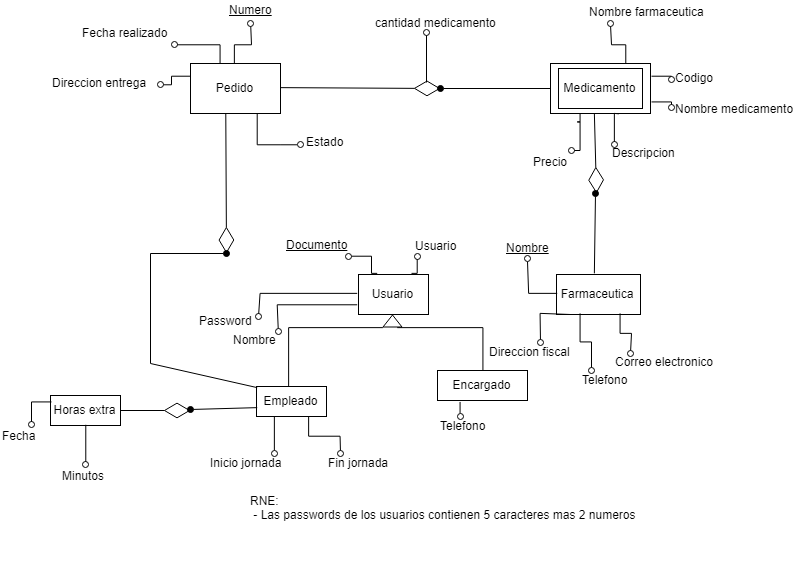
Earlier version of the draw.io export Diagramas/MER.png (KaTTNico/AnalistaPorgramador-Farmacia). Source tidied: cells renumbered, new cells last; positions are measured from the earlier drawing's top-left corner, leaving out a move shared by most shapes.
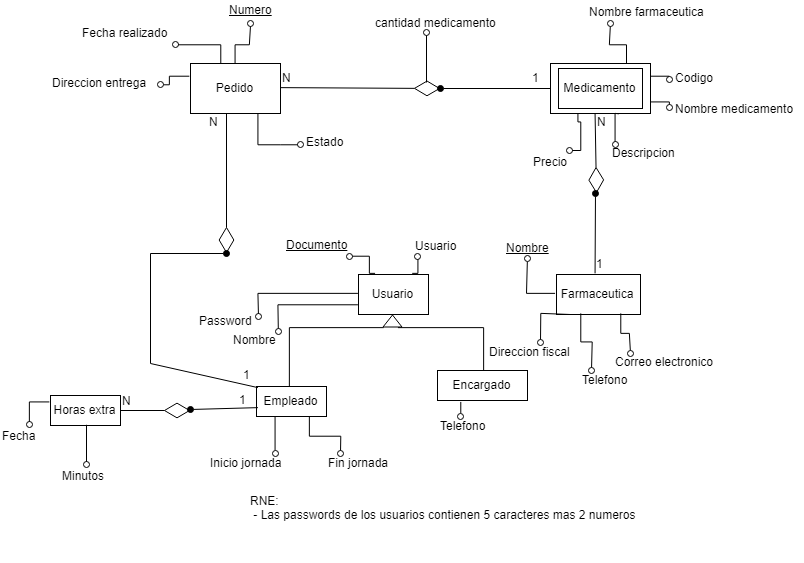
Later version of the same file.

Diff of the diagram source:
```diff
@@ -9,12 +9,12 @@
     </mxCell>
     <mxCell id="3" style="edgeStyle=orthogonalEdgeStyle;rounded=0;html=1;exitX=1;exitY=0.25;endArrow=oval;endFill=0;jettySize=auto;strokeColor=#000000;fontSize=12;" parent="1" edge="1" source="5">
       <mxGeometry relative="1" as="geometry">
-        <mxPoint x="671" y="78.6" as="targetPoint" />
+        <mxPoint x="668.9" y="78.6" as="targetPoint" />
       </mxGeometry>
     </mxCell>
     <mxCell id="4" style="edgeStyle=orthogonalEdgeStyle;rounded=0;html=1;exitX=1;exitY=0.75;endArrow=oval;endFill=0;jettySize=auto;strokeColor=#000000;fontSize=12;" parent="1" edge="1" source="5">
       <mxGeometry relative="1" as="geometry">
-        <mxPoint x="671" y="107.1" as="targetPoint" />
+        <mxPoint x="668.9" y="107.1" as="targetPoint" />
       </mxGeometry>
     </mxCell>
     <mxCell id="5" style="rounded=0;whiteSpace=wrap;html=1;fontSize=12;gradientColor=none;" parent="1" vertex="1">
@@ -27,12 +27,12 @@
     </mxCell>
     <mxCell id="7" style="edgeStyle=orthogonalEdgeStyle;rounded=0;html=1;exitX=0.75;exitY=0;endArrow=oval;endFill=0;jettySize=auto;strokeColor=#000000;fontSize=12;" parent="1" edge="1" source="10">
       <mxGeometry relative="1" as="geometry">
-        <mxPoint x="416.7" y="255.7" as="targetPoint" />
+        <mxPoint x="417.4" y="255.7" as="targetPoint" />
       </mxGeometry>
     </mxCell>
     <mxCell id="8" style="edgeStyle=orthogonalEdgeStyle;rounded=0;html=1;exitX=0.25;exitY=0;endArrow=oval;endFill=0;jettySize=auto;strokeColor=#000000;fontSize=12;" parent="1" edge="1" source="10">
       <mxGeometry relative="1" as="geometry">
-        <mxPoint x="348.1" y="255.7" as="targetPoint" />
+        <mxPoint x="348.9" y="255.7" as="targetPoint" />
         <Array as="points">
           <mxPoint x="370" y="274" />
           <mxPoint x="370" y="256" />
@@ -82,7 +82,7 @@
     </mxCell>
     <mxCell id="20" style="edgeStyle=orthogonalEdgeStyle;rounded=0;html=1;endArrow=none;endFill=0;jettySize=auto;strokeColor=#000000;fontSize=12;exitX=0.01;exitY=0.053;exitPerimeter=0;" parent="1" edge="1" source="22">
       <mxGeometry relative="1" as="geometry">
-        <mxPoint x="288.1" y="387.1" as="targetPoint" />
+        <mxPoint x="288.9" y="387.1" as="targetPoint" />
         <Array as="points">
           <mxPoint x="288" y="326" />
         </Array>
@@ -104,12 +104,12 @@
     </mxCell>
     <mxCell id="24" style="edgeStyle=orthogonalEdgeStyle;rounded=0;html=1;exitX=0.75;exitY=0;endArrow=oval;endFill=0;jettySize=auto;strokeColor=#000000;fontSize=12;" parent="1" edge="1" source="26">
       <mxGeometry relative="1" as="geometry">
-        <mxPoint x="519.6" y="395.7" as="targetPoint" />
+        <mxPoint x="520.3" y="395.7" as="targetPoint" />
       </mxGeometry>
     </mxCell>
     <mxCell id="25" style="edgeStyle=orthogonalEdgeStyle;rounded=0;html=1;exitX=0.25;exitY=1;endArrow=oval;endFill=0;jettySize=auto;strokeColor=#000000;fontSize=12;" parent="1" edge="1" source="26">
       <mxGeometry relative="1" as="geometry">
-        <mxPoint x="459.6" y="415.7" as="targetPoint" />
+        <mxPoint x="460.3" y="415.7" as="targetPoint" />
       </mxGeometry>
     </mxCell>
     <mxCell id="26" value="Encargado" style="rounded=0;whiteSpace=wrap;html=1;fontSize=12;" parent="1" vertex="1">
@@ -138,7 +138,7 @@
     </mxCell>
     <mxCell id="34" style="edgeStyle=orthogonalEdgeStyle;rounded=0;html=1;exitX=0.25;exitY=1;endArrow=oval;endFill=0;jettySize=auto;strokeColor=#000000;fontSize=12;exitDx=0;exitDy=0;" parent="1" edge="1" source="23">
       <mxGeometry relative="1" as="geometry">
-        <mxPoint x="273.9" y="452.9" as="targetPoint" />
+        <mxPoint x="274.6" y="452.9" as="targetPoint" />
       </mxGeometry>
     </mxCell>
     <mxCell id="35" style="edgeStyle=orthogonalEdgeStyle;rounded=0;html=1;exitX=0.75;exitY=1;endArrow=oval;endFill=0;jettySize=auto;strokeColor=#000000;fontSize=12;exitDx=0;exitDy=0;" parent="1" edge="1" source="23">
@@ -154,7 +154,7 @@
     </mxCell>
     <mxCell id="38" style="edgeStyle=orthogonalEdgeStyle;rounded=0;html=1;exitX=0.75;exitY=1;endArrow=oval;endFill=0;jettySize=auto;strokeColor=#000000;fontSize=12;exitDx=0;exitDy=0;" parent="1" edge="1" source="14">
       <mxGeometry relative="1" as="geometry">
-        <mxPoint x="299.6" y="144.3" as="targetPoint" />
+        <mxPoint x="300.3" y="144.3" as="targetPoint" />
         <Array as="points">
           <mxPoint x="258" y="143" />
           <mxPoint x="280" y="143" />
@@ -167,7 +167,7 @@
     <mxCell id="40" style="edgeStyle=orthogonalEdgeStyle;rounded=0;html=1;exitX=0.683;exitY=1.004;endArrow=oval;endFill=0;jettySize=auto;orthogonalLoop=1;strokeColor=#000000;fontSize=12;exitDx=0;exitDy=0;exitPerimeter=0;" parent="1" edge="1">
       <mxGeometry relative="1" as="geometry">
         <mxPoint x="618.3" y="113.3" as="sourcePoint" />
-        <mxPoint x="613.9" y="144.3" as="targetPoint" />
+        <mxPoint x="614.6" y="144.3" as="targetPoint" />
       </mxGeometry>
     </mxCell>
     <mxCell id="41" value="Descripcion" style="text;html=1;align=left;verticalAlign=top;spacingTop=-4;" parent="1" vertex="1">
@@ -175,8 +175,8 @@
     </mxCell>
     <mxCell id="42" style="edgeStyle=orthogonalEdgeStyle;rounded=0;html=1;endArrow=oval;endFill=0;jettySize=auto;orthogonalLoop=1;strokeColor=#000000;fontSize=12;exitX=0.282;exitY=1.017;exitDx=0;exitDy=0;exitPerimeter=0;" parent="1" edge="1">
       <mxGeometry relative="1" as="geometry">
-        <mxPoint x="579.6" y="112.9" as="sourcePoint" />
-        <mxPoint x="571" y="150" as="targetPoint" />
+        <mxPoint x="577.4" y="112.9" as="sourcePoint" />
+        <mxPoint x="568.9" y="150" as="targetPoint" />
         <Array as="points">
           <mxPoint x="578" y="122" />
           <mxPoint x="580" y="122" />
@@ -277,7 +277,7 @@
     </mxCell>
     <mxCell id="63" style="edgeStyle=orthogonalEdgeStyle;rounded=0;html=1;exitX=0;exitY=0.25;endArrow=oval;endFill=0;jettySize=auto;strokeColor=#000000;fontSize=12;exitDx=0;exitDy=0;" parent="1" edge="1" source="62">
       <mxGeometry relative="1" as="geometry">
-        <mxPoint x="31" y="424.3" as="targetPoint" />
+        <mxPoint x="28.9" y="424.3" as="targetPoint" />
       </mxGeometry>
     </mxCell>
     <mxCell id="64" value="Fecha" style="text;html=1;align=left;verticalAlign=top;spacingTop=-4;" parent="1" vertex="1">
@@ -285,7 +285,7 @@
     </mxCell>
     <mxCell id="65" style="edgeStyle=orthogonalEdgeStyle;rounded=0;html=1;exitX=0.5;exitY=1;endArrow=oval;endFill=0;jettySize=auto;strokeColor=#000000;fontSize=12;exitDx=0;exitDy=0;" parent="1" edge="1" source="62">
       <mxGeometry relative="1" as="geometry">
-        <mxPoint x="85.3" y="464.3" as="targetPoint" />
+        <mxPoint x="86" y="464.3" as="targetPoint" />
       </mxGeometry>
     </mxCell>
     <mxCell id="66" value="Minutos" style="text;html=1;align=left;verticalAlign=top;spacingTop=-4;" parent="1" vertex="1">
@@ -307,5 +307,29 @@
     <mxCell id="70" value="Medicamento" style="rounded=0;whiteSpace=wrap;html=1;fontSize=12;gradientColor=none;" parent="1" vertex="1">
       <mxGeometry x="558" y="68" width="84" height="40" as="geometry" />
     </mxCell>
+    <mxCell id="71" value="1" style="text;html=1;align=left;verticalAlign=top;spacingTop=-4;" parent="1" vertex="1">
+      <mxGeometry x="530" y="68" width="20" height="20" as="geometry" />
+    </mxCell>
+    <mxCell id="72" value="N" style="text;html=1;align=left;verticalAlign=top;spacingTop=-4;" parent="1" vertex="1">
+      <mxGeometry x="280" y="68" width="20" height="20" as="geometry" />
+    </mxCell>
+    <mxCell id="73" value="N" style="text;html=1;align=left;verticalAlign=top;spacingTop=-4;" parent="1" vertex="1">
+      <mxGeometry x="207" y="111.5" width="20" height="20" as="geometry" />
+    </mxCell>
+    <mxCell id="74" value="1" style="text;html=1;align=left;verticalAlign=top;spacingTop=-4;" parent="1" vertex="1">
+      <mxGeometry x="241" y="365" width="20" height="20" as="geometry" />
+    </mxCell>
+    <mxCell id="75" value="N" style="text;html=1;align=left;verticalAlign=top;spacingTop=-4;" parent="1" vertex="1">
+      <mxGeometry x="120" y="391" width="20" height="20" as="geometry" />
+    </mxCell>
+    <mxCell id="76" value="1" style="text;html=1;align=left;verticalAlign=top;spacingTop=-4;" parent="1" vertex="1">
+      <mxGeometry x="237" y="390" width="20" height="20" as="geometry" />
+    </mxCell>
+    <mxCell id="77" value="N" style="text;html=1;align=left;verticalAlign=top;spacingTop=-4;" parent="1" vertex="1">
+      <mxGeometry x="595" y="111.5" width="20" height="20" as="geometry" />
+    </mxCell>
+    <mxCell id="78" value="1" style="text;html=1;align=left;verticalAlign=top;spacingTop=-4;" parent="1" vertex="1">
+      <mxGeometry x="594" y="254" width="20" height="20" as="geometry" />
+    </mxCell>
   </root>
 </mxGraphModel>
```
